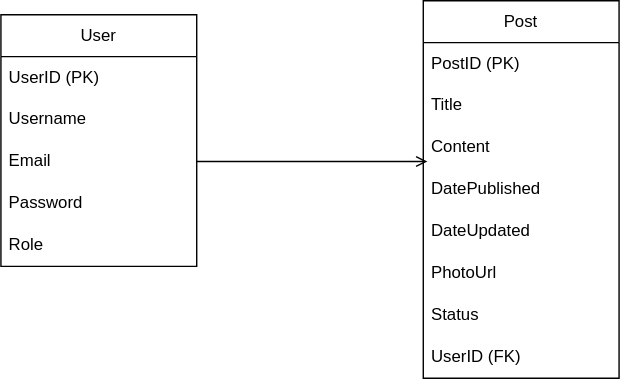
lntlemeza/Kultiv8 keeps this draw.io diagram as Documentation/Kultiv8_ERD.drawio.svg. Above is the earlier version. Source tidied: cells renumbered, new cells last; positions are measured from the earlier drawing's top-left corner, leaving out a move shared by most shapes.
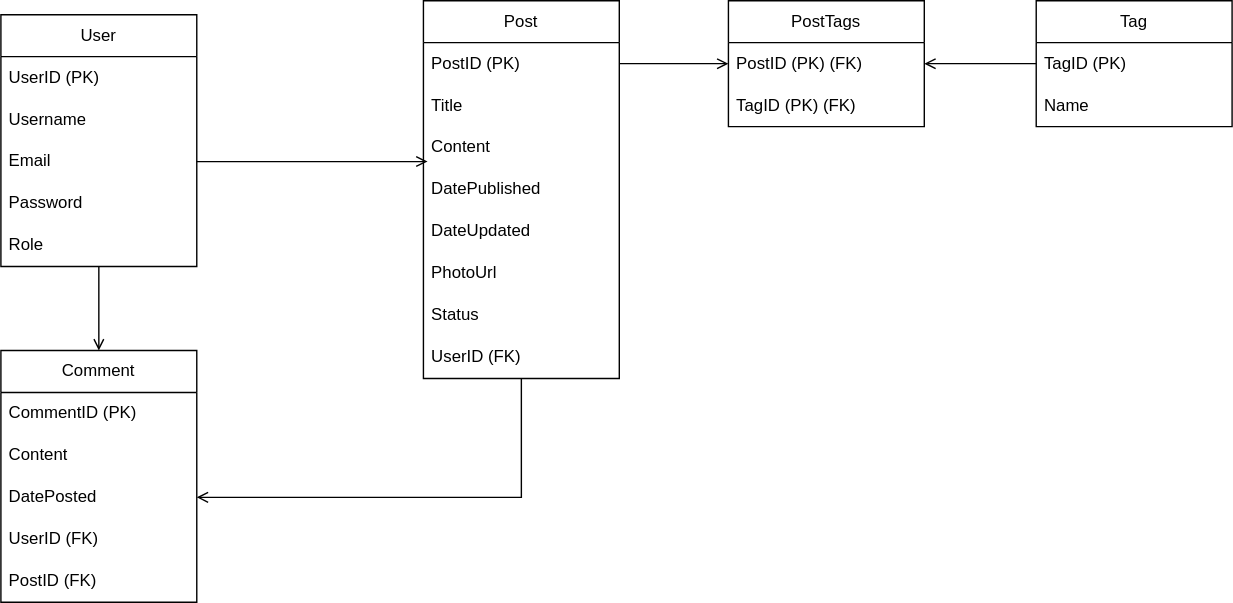
Later version of the same file.

Diff of the diagram source:
```diff
@@ -2,6 +2,9 @@
   <root>
     <mxCell id="0" />
     <mxCell id="1" parent="0" />
+    <mxCell id="18" style="edgeStyle=orthogonalEdgeStyle;rounded=0;jettySize=auto;html=1;entryX=0.5;entryY=0;entryDx=0;entryDy=0;endArrow=open;endFill=0;" parent="1" edge="1" source="2" target="28">
+      <mxGeometry relative="1" as="geometry" />
+    </mxCell>
     <mxCell id="2" value="User" style="swimlane;fontStyle=0;horizontal=1;startSize=30;whiteSpace=wrap;html=1;" parent="1" vertex="1">
       <mxGeometry y="10" width="140" height="180" as="geometry" />
     </mxCell>
@@ -20,6 +23,9 @@
     <mxCell id="7" value="Role" style="text;strokeColor=none;fillColor=none;align=left;verticalAlign=middle;spacingLeft=4;spacingRight=4;overflow=hidden;whiteSpace=wrap;html=1;" parent="2" vertex="1">
       <mxGeometry y="150" width="140" height="30" as="geometry" />
     </mxCell>
+    <mxCell id="19" style="edgeStyle=orthogonalEdgeStyle;rounded=0;jettySize=auto;html=1;entryX=1;entryY=0.5;entryDx=0;entryDy=0;endArrow=open;endFill=0;" parent="1" edge="1" source="8" target="31">
+      <mxGeometry relative="1" as="geometry" />
+    </mxCell>
     <mxCell id="8" value="Post" style="swimlane;fontStyle=0;horizontal=1;startSize=30;whiteSpace=wrap;html=1;" parent="1" vertex="1">
       <mxGeometry x="302" width="140" height="270" as="geometry" />
     </mxCell>
@@ -50,5 +56,47 @@
     <mxCell id="17" style="edgeStyle=orthogonalEdgeStyle;rounded=0;jettySize=auto;html=1;entryX=0.021;entryY=0.833;entryDx=0;entryDy=0;entryPerimeter=0;endArrow=open;endFill=0;" parent="1" edge="1" source="5" target="11">
       <mxGeometry relative="1" as="geometry" />
     </mxCell>
+    <mxCell id="20" value="PostTags" style="swimlane;fontStyle=0;horizontal=1;startSize=30;whiteSpace=wrap;html=1;" parent="1" vertex="1">
+      <mxGeometry x="520" width="140" height="90" as="geometry" />
+    </mxCell>
+    <mxCell id="21" value="PostID (PK) (FK)" style="text;strokeColor=none;fillColor=none;align=left;verticalAlign=middle;spacingLeft=4;spacingRight=4;overflow=hidden;points=[[0,0.5],[1,0.5]];portConstraint=eastwest;whiteSpace=wrap;html=1;" parent="20" vertex="1">
+      <mxGeometry y="30" width="140" height="30" as="geometry" />
+    </mxCell>
+    <mxCell id="22" value="TagID (PK) (FK)" style="text;strokeColor=none;fillColor=none;align=left;verticalAlign=middle;spacingLeft=4;spacingRight=4;overflow=hidden;whiteSpace=wrap;html=1;" parent="20" vertex="1">
+      <mxGeometry y="60" width="140" height="30" as="geometry" />
+    </mxCell>
+    <mxCell id="23" style="edgeStyle=orthogonalEdgeStyle;rounded=0;jettySize=auto;html=1;exitX=1;exitY=0.5;exitDx=0;exitDy=0;entryX=0;entryY=0.5;entryDx=0;entryDy=0;endArrow=open;endFill=0;" parent="1" edge="1" source="9" target="21">
+      <mxGeometry relative="1" as="geometry" />
+    </mxCell>
+    <mxCell id="24" value="Tag" style="swimlane;fontStyle=0;horizontal=1;startSize=30;whiteSpace=wrap;html=1;" parent="1" vertex="1">
+      <mxGeometry x="740" width="140" height="90" as="geometry" />
+    </mxCell>
+    <mxCell id="25" value="TagID (PK)" style="text;strokeColor=none;fillColor=none;align=left;verticalAlign=middle;spacingLeft=4;spacingRight=4;overflow=hidden;points=[[0,0.5],[1,0.5]];portConstraint=eastwest;whiteSpace=wrap;html=1;" parent="24" vertex="1">
+      <mxGeometry y="30" width="140" height="30" as="geometry" />
+    </mxCell>
+    <mxCell id="26" value="Name" style="text;strokeColor=none;fillColor=none;align=left;verticalAlign=middle;spacingLeft=4;spacingRight=4;overflow=hidden;whiteSpace=wrap;html=1;" parent="24" vertex="1">
+      <mxGeometry y="60" width="140" height="30" as="geometry" />
+    </mxCell>
+    <mxCell id="27" style="edgeStyle=orthogonalEdgeStyle;rounded=0;jettySize=auto;html=1;exitX=0;exitY=0.5;exitDx=0;exitDy=0;entryX=1;entryY=0.5;entryDx=0;entryDy=0;endArrow=open;endFill=0;" parent="1" edge="1" source="25" target="21">
+      <mxGeometry relative="1" as="geometry" />
+    </mxCell>
+    <mxCell id="28" value="Comment" style="swimlane;fontStyle=0;horizontal=1;startSize=30;whiteSpace=wrap;html=1;" parent="1" vertex="1">
+      <mxGeometry y="250" width="140" height="180" as="geometry" />
+    </mxCell>
+    <mxCell id="29" value="CommentID (PK)" style="text;strokeColor=none;fillColor=none;align=left;verticalAlign=middle;spacingLeft=4;spacingRight=4;overflow=hidden;whiteSpace=wrap;html=1;" parent="28" vertex="1">
+      <mxGeometry y="30" width="140" height="30" as="geometry" />
+    </mxCell>
+    <mxCell id="30" value="Content" style="text;strokeColor=none;fillColor=none;align=left;verticalAlign=middle;spacingLeft=4;spacingRight=4;overflow=hidden;whiteSpace=wrap;html=1;" parent="28" vertex="1">
+      <mxGeometry y="60" width="140" height="30" as="geometry" />
+    </mxCell>
+    <mxCell id="31" value="DatePosted" style="text;strokeColor=none;fillColor=none;align=left;verticalAlign=middle;spacingLeft=4;spacingRight=4;overflow=hidden;points=[[0,0.5],[1,0.5]];portConstraint=eastwest;whiteSpace=wrap;html=1;" parent="28" vertex="1">
+      <mxGeometry y="90" width="140" height="30" as="geometry" />
+    </mxCell>
+    <mxCell id="32" value="UserID (FK)" style="text;strokeColor=none;fillColor=none;align=left;verticalAlign=middle;spacingLeft=4;spacingRight=4;overflow=hidden;whiteSpace=wrap;html=1;" parent="28" vertex="1">
+      <mxGeometry y="120" width="140" height="30" as="geometry" />
+    </mxCell>
+    <mxCell id="33" value="PostID (FK)" style="text;strokeColor=none;fillColor=none;align=left;verticalAlign=middle;spacingLeft=4;spacingRight=4;overflow=hidden;whiteSpace=wrap;html=1;" parent="28" vertex="1">
+      <mxGeometry y="150" width="140" height="30" as="geometry" />
+    </mxCell>
   </root>
 </mxGraphModel>
```
